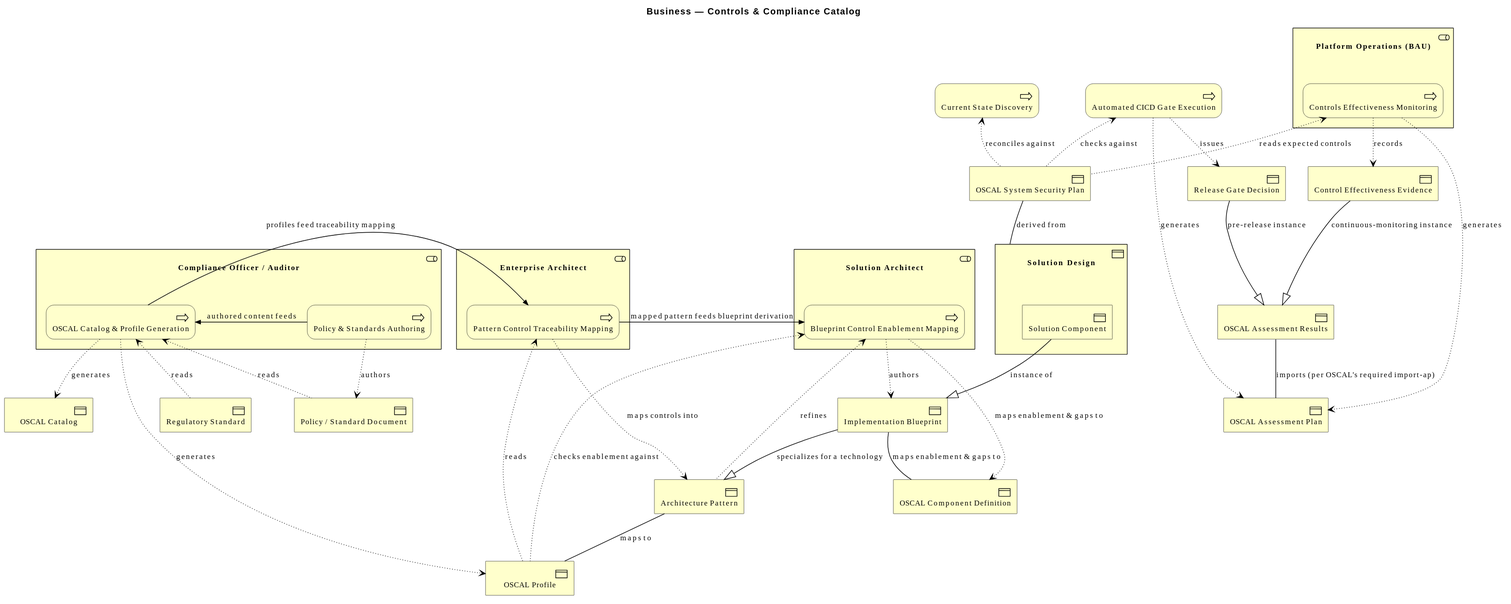
Before: architecture/model/diagrams/business/controls-catalog.svg, a diagram exported from PlantUML (wolffy-au/frictionless-architect).
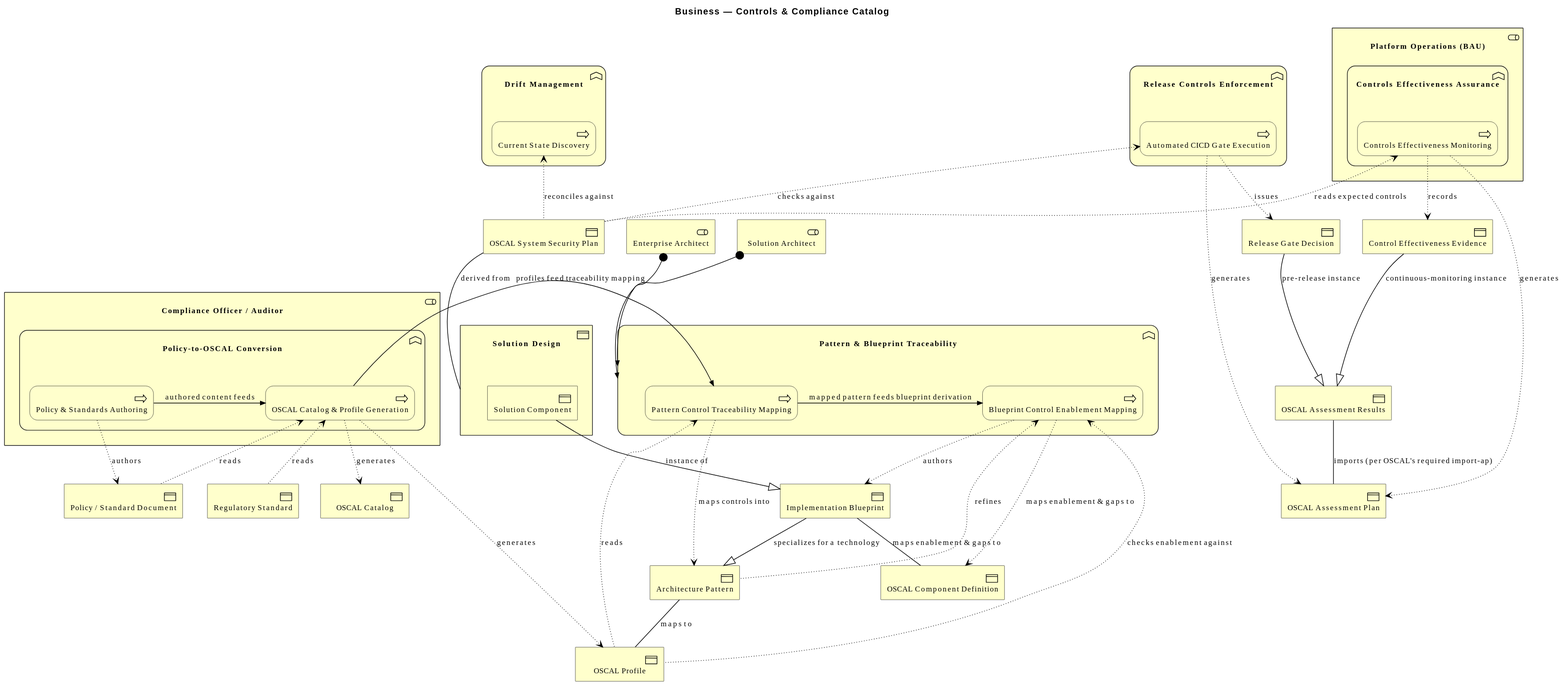
After the commit.

Commit message:
refactor(model): consolidate the duplicate controls-lifecycle vision view

What changed in the source:
```diff
@@ -3,8 +3,16 @@
 
 title Business — Controls & Compliance Catalog
 
-Business_Process(e_id799f46ebb7e15b, "Automated CICD Gate Execution")
-Business_Process(e_id3a7a27eefeb751, "Current State Discovery")
+Business_Function(e_idc1376562b9a354, "Drift Management") {
+  Business_Process(e_id3a7a27eefeb751, "Current State Discovery")
+}
+Business_Function(e_id4b6cc961fa6750, "Pattern & Blueprint Traceability") {
+  Business_Process(e_id65065ee24d3c54, "Pattern Control Traceability Mapping")
+  Business_Process(e_id378927722a8d5a, "Blueprint Control Enablement Mapping")
+}
+Business_Function(e_idad8299f88c0556, "Release Controls Enforcement") {
+  Business_Process(e_id799f46ebb7e15b, "Automated CICD Gate Execution")
+}
 Business_Object(e_idd915b3e838bf5b, "Regulatory Standard")
 Business_Object(e_ide330e703d24759, "Policy / Standard Document")
 Business_Object(e_id1d03973d3f5b52, "OSCAL Catalog")
@@ -20,18 +28,18 @@
 Business_Object(e_id9f8a83bba77b50, "OSCAL Assessment Results")
 Business_Object(e_id8a58348ab4605a, "Release Gate Decision")
 Business_Object(e_idca68dd43dc1854, "Control Effectiveness Evidence")
-Business_Role(e_id2b5394f913985a, "Enterprise Architect") {
-  Business_Process(e_id65065ee24d3c54, "Pattern Control Traceability Mapping")
-}
-Business_Role(e_ide2cb7f3efa6256, "Solution Architect") {
-  Business_Process(e_id378927722a8d5a, "Blueprint Control Enablement Mapping")
-}
+Business_Role(e_id2b5394f913985a, "Enterprise Architect")
+Business_Role(e_ide2cb7f3efa6256, "Solution Architect")
 Business_Role(e_id5e264d2f4bb551, "Compliance Officer / Auditor") {
-  Business_Process(e_id14fa9f783d5350, "Policy & Standards Authoring")
-  Business_Process(e_idfeca8b2013795e, "OSCAL Catalog & Profile Generation")
+  Business_Function(e_id108dc21cee6055, "Policy-to-OSCAL Conversion") {
+    Business_Process(e_id14fa9f783d5350, "Policy & Standards Authoring")
+    Business_Process(e_idfeca8b2013795e, "OSCAL Catalog & Profile Generation")
+  }
 }
 Business_Role(e_id2c489ee6594253, "Platform Operations (BAU)") {
-  Business_Process(e_id18a08f8aff8057, "Controls Effectiveness Monitoring")
+  Business_Function(e_id31d47ac8153e5c, "Controls Effectiveness Assurance") {
+    Business_Process(e_id18a08f8aff8057, "Controls Effectiveness Monitoring")
+  }
 }
 
 Rel_Access_w(e_id14fa9f783d5350, e_ide330e703d24759, "authors")
@@ -40,6 +48,8 @@
 Rel_Access_w(e_idfeca8b2013795e, e_id1d03973d3f5b52, "generates")
 Rel_Access_w(e_idfeca8b2013795e, e_id3a6eb7f6485a55, "generates")
 Rel_Triggering_Right(e_id14fa9f783d5350, e_idfeca8b2013795e, "authored content feeds")
+Rel_Assignment(e_id2b5394f913985a, e_id4b6cc961fa6750, "")
+Rel_Assignment(e_ide2cb7f3efa6256, e_id4b6cc961fa6750, "")
 Rel_Access_r(e_id65065ee24d3c54, e_id3a6eb7f6485a55, "reads")
 Rel_Access_w(e_id65065ee24d3c54, e_idcd45bf9b5cfe51, "maps controls into")
 Rel_Triggering_Right(e_idfeca8b2013795e, e_id65065ee24d3c54, "profiles feed traceability mapping")
```
